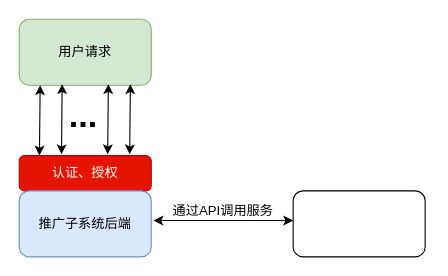
Earlier version of the draw.io diagram 推广子系统.drawio (ndb000901/diagrams). Source tidied: cells renumbered, new cells numbered last; positions are measured from the earlier drawing's top-left corner, leaving out a move shared by most shapes. Both pictures are drawn from the tidied source at 110%, with x=0, y=0 at pixel (19, 19).
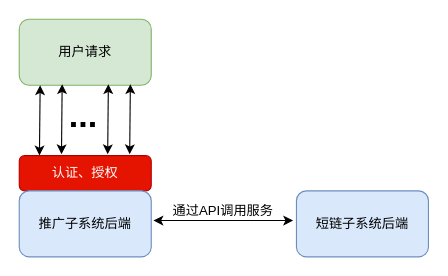
After the change.

Commit message (it also covers changes not shown here):
更新推广子系统.drawio

The edit, as a diff of the source:
```diff
@@
 <mxGraphModel>
   <root>
     <mxCell id="0" />
     <mxCell id="1" parent="0" />
     <mxCell id="2" value="用户请求" style="rounded=1;whiteSpace=wrap;html=1;fillColor=#d5e8d4;strokeColor=#82b366;" parent="1" vertex="1">
       <mxGeometry width="120" height="60" as="geometry" />
     </mxCell>
     <mxCell id="3" value="认证、授权" style="rounded=1;whiteSpace=wrap;html=1;fillColor=#e51400;fontColor=#ffffff;strokeColor=#B20000;" parent="1" vertex="1">
       <mxGeometry y="124" width="120" height="32" as="geometry" />
     </mxCell>
     <mxCell id="4" value="推广子系统后端" style="rounded=1;whiteSpace=wrap;html=1;fillColor=#dae8fc;strokeColor=#6c8ebf;" parent="1" vertex="1">
       <mxGeometry y="156" width="120" height="60" as="geometry" />
     </mxCell>
     <mxCell id="5" style="endArrow=classic;startArrow=classic;html=1;rounded=0;exitX=0.153;exitY=-0.006;exitDx=0;exitDy=0;exitPerimeter=0;" parent="1" edge="1" source="3">
       <mxGeometry relative="1" as="geometry">
         <mxPoint x="19" y="60" as="targetPoint" />
       </mxGeometry>
     </mxCell>
     <mxCell id="6" style="endArrow=classic;startArrow=classic;html=1;rounded=0;exitX=0.153;exitY=-0.006;exitDx=0;exitDy=0;exitPerimeter=0;" parent="1" edge="1">
       <mxGeometry relative="1" as="geometry">
         <mxPoint x="38.4" y="122.8" as="sourcePoint" />
         <mxPoint x="39" y="59" as="targetPoint" />
       </mxGeometry>
     </mxCell>
     <mxCell id="7" style="endArrow=classic;startArrow=classic;html=1;rounded=0;exitX=0.153;exitY=-0.006;exitDx=0;exitDy=0;exitPerimeter=0;" parent="1" edge="1">
       <mxGeometry relative="1" as="geometry">
         <mxPoint x="80.4" y="122.8" as="sourcePoint" />
         <mxPoint x="81" y="59" as="targetPoint" />
       </mxGeometry>
     </mxCell>
     <mxCell id="8" style="endArrow=classic;startArrow=classic;html=1;rounded=0;exitX=0.153;exitY=-0.006;exitDx=0;exitDy=0;exitPerimeter=0;" parent="1" edge="1">
       <mxGeometry relative="1" as="geometry">
         <mxPoint x="100.4" y="122.8" as="sourcePoint" />
         <mxPoint x="101" y="59" as="targetPoint" />
       </mxGeometry>
     </mxCell>
     <mxCell id="9" value="&lt;span style=&quot;font-size: 31px;&quot;&gt;&lt;font style=&quot;font-size: 31px;&quot;&gt;...&lt;/font&gt;&lt;/span&gt;" style="text;html=1;align=center;verticalAlign=middle;strokeColor=none;fillColor=none;fontStyle=1;fontSize=31;" parent="1" vertex="1">
       <mxGeometry x="40" y="66" width="36" height="41" as="geometry" />
     </mxCell>
-    <mxCell id="10" style="rounded=1;whiteSpace=wrap;html=1;fontSize=31;" parent="1" vertex="1">
-      <mxGeometry x="249" y="156" width="120" height="60" as="geometry" />
-    </mxCell>
     <mxCell id="11" value="&lt;font style=&quot;font-size: 12px;&quot;&gt;通过API调用服务&lt;/font&gt;" style="text;html=1;align=center;verticalAlign=middle;strokeColor=none;fillColor=none;fontSize=31;" parent="1" vertex="1">
       <mxGeometry x="134" y="143" width="101" height="47" as="geometry" />
     </mxCell>
     <mxCell id="12" style="endArrow=classic;startArrow=classic;html=1;rounded=0;fontSize=12;" parent="1" edge="1">
       <mxGeometry relative="1" as="geometry">
         <mxPoint x="122" y="183" as="sourcePoint" />
         <mxPoint x="249" y="183" as="targetPoint" />
       </mxGeometry>
     </mxCell>
+    <mxCell id="13" value="短链子系统后端" style="rounded=1;whiteSpace=wrap;html=1;fillColor=#dae8fc;strokeColor=#6c8ebf;" parent="1" vertex="1">
+      <mxGeometry x="252" y="156" width="120" height="60" as="geometry" />
+    </mxCell>
   </root>
 </mxGraphModel>
```
